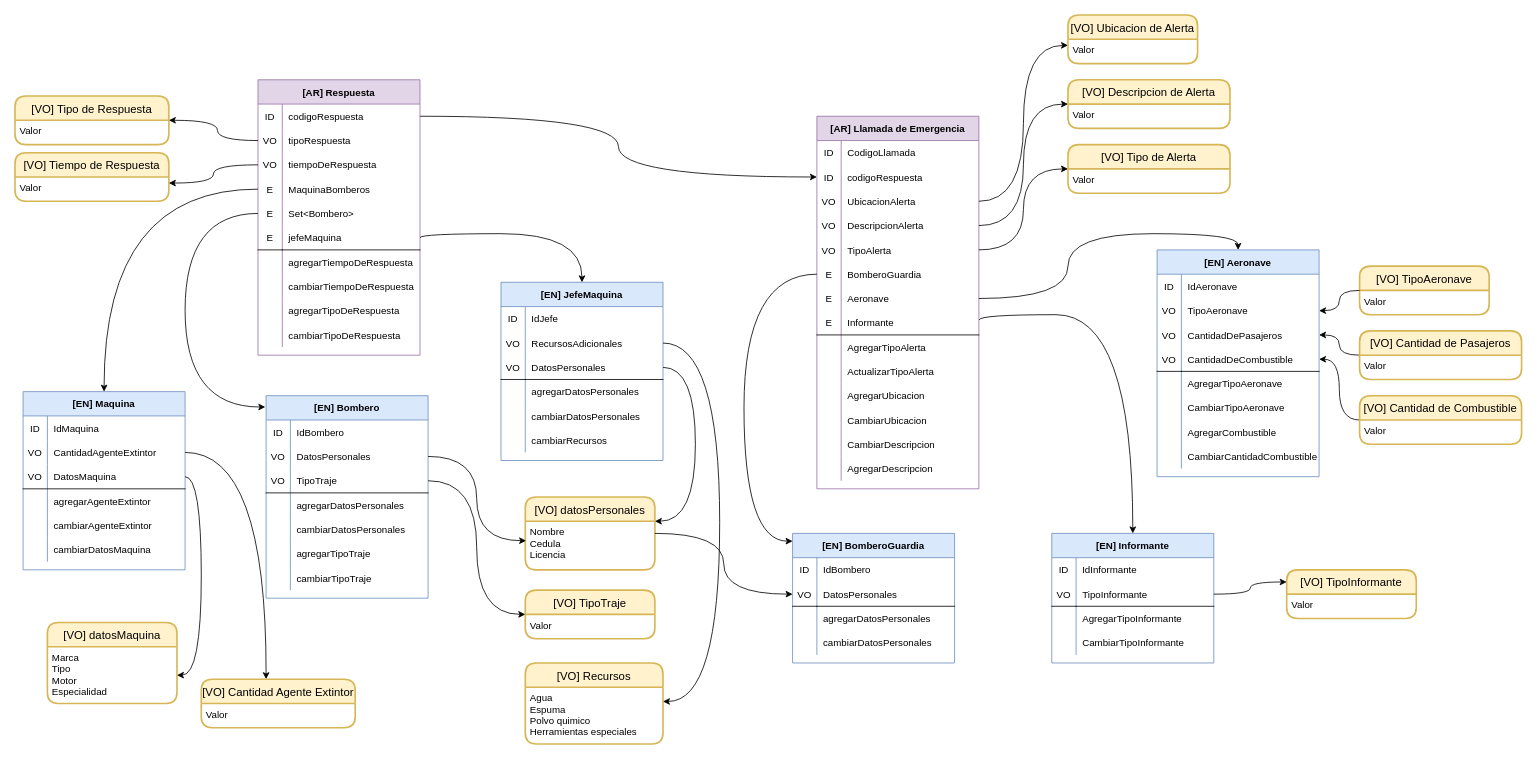
maxdarkx/Desafio_ModeloDominio_RespuestaEmergencia keeps this draw.io diagram as page "domain_model" (3 of 3) of Modelo de Dominio/modelo.drawio. Above is the earlier version. Source tidied: cells renumbered, new cells numbered last; positions are measured from the earlier drawing's top-left corner, leaving out a move shared by most shapes. Both pictures are drawn from the tidied source at 81%, with x=0, y=0 at pixel (15, 15).
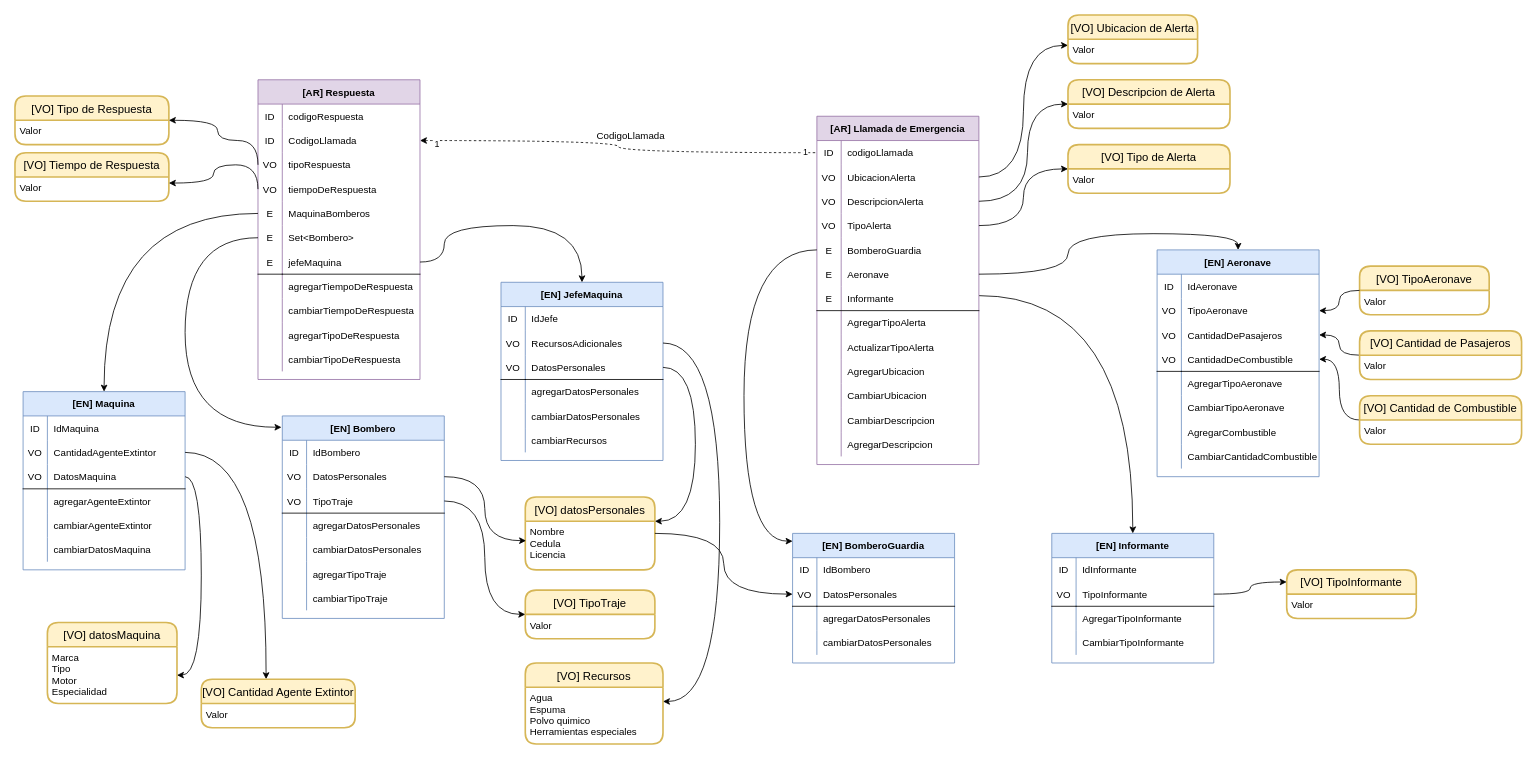
The same diagram, later.

Commit message:
se actualiza el modelo del dominio acorde a los apuntes del coach. Falta agregar el diagrama con los eventos de dominio pero se procedera inicialmente con la codificacion del problema

Unchanged cells that the change refers to:
```xml
<mxCell id="4" style="shape=partialRectangle;fillColor=none;top=0;left=0;bottom=0;right=0;points=[[0,0.5],[1,0.5]];portConstraint=eastwest;fontStyle=5;" parent="3" vertex="1">
  <mxGeometry y="30" width="200" height="30" as="geometry" />
</mxCell>
<mxCell id="118" value="[EN] JefeMaquina" style="shape=table;startSize=30;childLayout=tableLayout;rowLines=0;fontStyle=1;align=center;fillColor=#dae8fc;strokeColor=#6c8ebf;" parent="1" vertex="1">
  <mxGeometry x="600" y="330" width="200" height="220" as="geometry" />
</mxCell>
<mxCell id="137" value="[EN] BomberoGuardia" style="shape=table;startSize=30;childLayout=tableLayout;rowLines=0;fontStyle=1;align=center;fillColor=#dae8fc;strokeColor=#6c8ebf;" parent="1" vertex="1">
  <mxGeometry x="960" y="640" width="200" height="160" as="geometry" />
</mxCell>
<mxCell id="158" value="[EN] Informante" style="shape=table;startSize=30;childLayout=tableLayout;rowLines=0;fontStyle=1;align=center;fillColor=#dae8fc;strokeColor=#6c8ebf;" parent="1" vertex="1">
  <mxGeometry x="1280" y="640" width="200" height="160" as="geometry" />
</mxCell>
<mxCell id="231" value="[VO] Descripcion de Alerta" style="swimlane;horizontal=1;startSize=30;rounded=1;fontSize=14;fontStyle=0;strokeWidth=2;shadow=0;dashed=0;align=center;fillColor=#fff2cc;strokeColor=#d6b656;" parent="1" vertex="1">
  <mxGeometry x="1300" y="80" width="200" height="60" as="geometry" />
</mxCell>
```

The edit, as a diff of the source:
```diff
@@
-    <mxCell id="2" style="edgeStyle=orthogonalEdgeStyle;curved=1;rounded=0;jettySize=auto;html=1;entryX=0;entryY=0.5;entryDx=0;entryDy=0;startArrow=none;startFill=0;endArrow=classic;endFill=1;exitX=1;exitY=0.5;exitDx=0;exitDy=0;" parent="1" edge="1" source="4" target="38">
-      <mxGeometry relative="1" as="geometry" />
+    <mxCell id="2" style="edgeStyle=orthogonalEdgeStyle;curved=1;rounded=0;jettySize=auto;html=1;entryX=0;entryY=0.5;entryDx=0;entryDy=0;startArrow=classic;startFill=1;endArrow=none;endFill=0;exitX=1;exitY=0.5;exitDx=0;exitDy=0;dashed=1;" parent="1" edge="1" source="35" target="38">
+      <mxGeometry relative="1" as="geometry">
+        <Array as="points">
+          <mxPoint x="745" y="155" />
+          <mxPoint x="745" y="170" />
+        </Array>
+      </mxGeometry>
     </mxCell>
+    <mxCell id="238" value="1" style="edgeLabel;html=1;align=center;verticalAlign=middle;" parent="2" vertex="1">
+      <mxGeometry x="0.94" y="2" relative="1" as="geometry" />
+    </mxCell>
+    <mxCell id="239" value="1" style="edgeLabel;html=1;align=center;verticalAlign=middle;" parent="2" vertex="1">
+      <mxGeometry x="-0.92" y="-3" relative="1" as="geometry" />
+    </mxCell>
     <mxCell id="3" value="[AR] Respuesta" style="shape=table;startSize=30;childLayout=tableLayout;rowLines=0;fontStyle=1;align=center;fillColor=#e1d5e7;strokeColor=#9673a6;" parent="1" vertex="1">
-      <mxGeometry x="300" y="80" width="200" height="340" as="geometry" />
+      <mxGeometry x="300" y="80" width="200" height="370" as="geometry" />
     </mxCell>
@@
+    <mxCell id="35" style="shape=partialRectangle;fillColor=none;top=0;left=0;bottom=0;right=0;points=[[0,0.5],[1,0.5]];portConstraint=eastwest;fontStyle=5;" parent="3" vertex="1">
+      <mxGeometry y="60" width="200" height="30" as="geometry" />
+    </mxCell>
+    <mxCell id="36" value="ID" style="shape=partialRectangle;fillColor=none;top=0;left=0;bottom=0;right=0;fontStyle=0;overflow=hidden;" parent="35" vertex="1">
+      <mxGeometry width="30" height="30" as="geometry" />
+    </mxCell>
+    <mxCell id="37" value="CodigoLlamada" style="shape=partialRectangle;fillColor=none;top=0;left=0;bottom=0;right=0;align=left;spacingLeft=6;fontStyle=0;overflow=hidden;" parent="35" vertex="1">
+      <mxGeometry x="30" width="170" height="30" as="geometry" />
+    </mxCell>
     <mxCell id="7" style="shape=partialRectangle;fillColor=none;top=0;left=0;bottom=0;right=0;points=[[0,0.5],[1,0.5]];portConstraint=eastwest;" parent="3" vertex="1">
-      <mxGeometry y="60" width="200" height="30" as="geometry" />
+      <mxGeometry y="90" width="200" height="30" as="geometry" />
     </mxCell>
@@
     <mxCell id="10" style="shape=partialRectangle;fillColor=none;top=0;left=0;bottom=0;right=0;points=[[0,0.5],[1,0.5]];portConstraint=eastwest;" parent="3" vertex="1">
-      <mxGeometry y="90" width="200" height="30" as="geometry" />
+      <mxGeometry y="120" width="200" height="30" as="geometry" />
     </mxCell>
@@
     <mxCell id="13" style="shape=partialRectangle;fillColor=none;top=0;left=0;bottom=0;right=0;points=[[0,0.5],[1,0.5]];portConstraint=eastwest;" parent="3" vertex="1">
-      <mxGeometry y="120" width="200" height="30" as="geometry" />
+      <mxGeometry y="150" width="200" height="30" as="geometry" />
     </mxCell>
@@
     <mxCell id="16" style="shape=partialRectangle;fillColor=none;top=0;left=0;bottom=0;right=0;points=[[0,0.5],[1,0.5]];portConstraint=eastwest;" parent="3" vertex="1">
-      <mxGeometry y="150" width="200" height="30" as="geometry" />
+      <mxGeometry y="180" width="200" height="30" as="geometry" />
     </mxCell>
@@
     <mxCell id="19" style="shape=partialRectangle;fillColor=none;top=0;left=0;bottom=0;right=0;points=[[0,0.5],[1,0.5]];portConstraint=eastwest;" parent="3" vertex="1">
-      <mxGeometry y="180" width="200" height="30" as="geometry" />
+      <mxGeometry y="210" width="200" height="30" as="geometry" />
     </mxCell>
@@
     <mxCell id="22" style="shape=partialRectangle;fillColor=none;top=0;left=0;bottom=0;right=0;" parent="3" vertex="1">
-      <mxGeometry y="210" width="200" height="30" as="geometry" />
+      <mxGeometry y="240" width="200" height="30" as="geometry" />
     </mxCell>
@@
     <mxCell id="25" style="shape=partialRectangle;fillColor=none;top=0;left=0;bottom=0;right=0;" parent="3" vertex="1">
-      <mxGeometry y="240" width="200" height="30" as="geometry" />
+      <mxGeometry y="270" width="200" height="30" as="geometry" />
     </mxCell>
@@
     <mxCell id="28" style="shape=partialRectangle;fillColor=none;top=0;left=0;bottom=0;right=0;" parent="3" vertex="1">
-      <mxGeometry y="270" width="200" height="30" as="geometry" />
+      <mxGeometry y="300" width="200" height="30" as="geometry" />
     </mxCell>
@@
     <mxCell id="31" style="shape=partialRectangle;fillColor=none;top=0;left=0;bottom=0;right=0;" parent="3" vertex="1">
-      <mxGeometry y="300" width="200" height="30" as="geometry" />
+      <mxGeometry y="330" width="200" height="30" as="geometry" />
     </mxCell>
@@
     <mxCell id="34" value="[AR] Llamada de Emergencia" style="shape=table;startSize=30;childLayout=tableLayout;rowLines=0;fontStyle=1;align=center;fillColor=#e1d5e7;strokeColor=#9673a6;" parent="1" vertex="1">
-      <mxGeometry x="990" y="125" width="200" height="460" as="geometry" />
+      <mxGeometry x="990" y="125" width="200" height="430" as="geometry" />
     </mxCell>
-    <mxCell id="35" style="shape=partialRectangle;fillColor=none;top=0;left=0;bottom=0;right=0;points=[[0,0.5],[1,0.5]];portConstraint=eastwest;fontStyle=5;" parent="34" vertex="1">
-      <mxGeometry y="30" width="200" height="30" as="geometry" />
-    </mxCell>
-    <mxCell id="36" value="ID" style="shape=partialRectangle;fillColor=none;top=0;left=0;bottom=0;right=0;fontStyle=0;overflow=hidden;" parent="35" vertex="1">
-      <mxGeometry width="30" height="30" as="geometry" />
-    </mxCell>
-    <mxCell id="37" value="CodigoLlamada" style="shape=partialRectangle;fillColor=none;top=0;left=0;bottom=0;right=0;align=left;spacingLeft=6;fontStyle=0;overflow=hidden;" parent="35" vertex="1">
-      <mxGeometry x="30" width="170" height="30" as="geometry" />
-    </mxCell>
     <mxCell id="38" style="shape=partialRectangle;fillColor=none;top=0;left=0;bottom=0;right=0;points=[[0,0.5],[1,0.5]];portConstraint=eastwest;dashed=1;" parent="34" vertex="1">
-      <mxGeometry y="60" width="200" height="30" as="geometry" />
+      <mxGeometry y="30" width="200" height="30" as="geometry" />
     </mxCell>
@@
-    <mxCell id="40" value="codigoRespuesta" style="shape=partialRectangle;fillColor=none;top=0;left=0;bottom=0;right=0;align=left;spacingLeft=6;overflow=hidden;" parent="38" vertex="1">
+    <mxCell id="40" value="codigoLlamada" style="shape=partialRectangle;fillColor=none;top=0;left=0;bottom=0;right=0;align=left;spacingLeft=6;overflow=hidden;" parent="38" vertex="1">
       <mxGeometry x="30" width="170" height="30" as="geometry" />
     </mxCell>
     <mxCell id="41" style="shape=partialRectangle;fillColor=none;top=0;left=0;bottom=0;right=0;points=[[0,0.5],[1,0.5]];portConstraint=eastwest;" parent="34" vertex="1">
-      <mxGeometry y="90" width="200" height="30" as="geometry" />
+      <mxGeometry y="60" width="200" height="30" as="geometry" />
     </mxCell>
@@
     <mxCell id="44" style="shape=partialRectangle;fillColor=none;top=0;left=0;bottom=0;right=0;points=[[0,0.5],[1,0.5]];portConstraint=eastwest;" parent="34" vertex="1">
-      <mxGeometry y="120" width="200" height="30" as="geometry" />
+      <mxGeometry y="90" width="200" height="30" as="geometry" />
     </mxCell>
@@
     <mxCell id="47" style="shape=partialRectangle;fillColor=none;top=0;left=0;bottom=0;right=0;points=[[0,0.5],[1,0.5]];portConstraint=eastwest;" parent="34" vertex="1">
-      <mxGeometry y="150" width="200" height="30" as="geometry" />
+      <mxGeometry y="120" width="200" height="30" as="geometry" />
     </mxCell>
@@
     <mxCell id="50" style="shape=partialRectangle;fillColor=none;top=0;left=0;bottom=0;right=0;points=[[0,0.5],[1,0.5]];portConstraint=eastwest;" parent="34" vertex="1">
-      <mxGeometry y="180" width="200" height="30" as="geometry" />
+      <mxGeometry y="150" width="200" height="30" as="geometry" />
     </mxCell>
@@
     <mxCell id="53" style="shape=partialRectangle;fillColor=none;top=0;left=0;bottom=0;right=0;points=[[0,0.5],[1,0.5]];portConstraint=eastwest;" parent="34" vertex="1">
-      <mxGeometry y="210" width="200" height="30" as="geometry" />
+      <mxGeometry y="180" width="200" height="30" as="geometry" />
     </mxCell>
@@
     <mxCell id="56" style="shape=partialRectangle;fillColor=none;top=0;left=0;bottom=1;right=0;points=[[0,0.5],[1,0.5]];portConstraint=eastwest;" parent="34" vertex="1">
-      <mxGeometry y="240" width="200" height="30" as="geometry" />
+      <mxGeometry y="210" width="200" height="30" as="geometry" />
     </mxCell>
@@
     <mxCell id="59" style="shape=partialRectangle;fillColor=none;top=0;left=0;bottom=0;right=0;" parent="34" vertex="1">
-      <mxGeometry y="270" width="200" height="30" as="geometry" />
+      <mxGeometry y="240" width="200" height="30" as="geometry" />
     </mxCell>
@@
     <mxCell id="62" style="shape=partialRectangle;fillColor=none;top=0;left=0;bottom=0;right=0;" parent="34" vertex="1">
-      <mxGeometry y="300" width="200" height="30" as="geometry" />
+      <mxGeometry y="270" width="200" height="30" as="geometry" />
     </mxCell>
@@
     <mxCell id="65" style="shape=partialRectangle;fillColor=none;top=0;left=0;bottom=0;right=0;" parent="34" vertex="1">
-      <mxGeometry y="330" width="200" height="30" as="geometry" />
+      <mxGeometry y="300" width="200" height="30" as="geometry" />
     </mxCell>
@@
     <mxCell id="68" style="shape=partialRectangle;fillColor=none;top=0;left=0;bottom=0;right=0;" parent="34" vertex="1">
-      <mxGeometry y="360" width="200" height="30" as="geometry" />
+      <mxGeometry y="330" width="200" height="30" as="geometry" />
     </mxCell>
@@
     <mxCell id="71" style="shape=partialRectangle;fillColor=none;top=0;left=0;bottom=0;right=0;dashed=1;" parent="34" vertex="1">
-      <mxGeometry y="390" width="200" height="30" as="geometry" />
+      <mxGeometry y="360" width="200" height="30" as="geometry" />
     </mxCell>
@@
     <mxCell id="74" style="shape=partialRectangle;fillColor=none;top=0;left=0;bottom=0;right=0;" parent="34" vertex="1">
-      <mxGeometry y="420" width="200" height="30" as="geometry" />
+      <mxGeometry y="390" width="200" height="30" as="geometry" />
     </mxCell>
@@
     <mxCell id="96" value="[EN] Bombero" style="shape=table;startSize=30;childLayout=tableLayout;rowLines=0;fontStyle=1;align=center;fillColor=#dae8fc;strokeColor=#6c8ebf;" parent="1" vertex="1">
-      <mxGeometry x="310" y="470" width="200" height="250" as="geometry" />
+      <mxGeometry x="330" y="495" width="200" height="250" as="geometry" />
     </mxCell>
@@
     <mxCell id="154" style="edgeStyle=orthogonalEdgeStyle;curved=1;rounded=0;jettySize=auto;html=1;exitX=0;exitY=0.5;exitDx=0;exitDy=0;entryX=-0.005;entryY=0.056;entryDx=0;entryDy=0;entryPerimeter=0;startArrow=none;startFill=0;endArrow=classic;endFill=1;" parent="1" edge="1" source="16" target="96">
       <mxGeometry relative="1" as="geometry">
         <Array as="points">
-          <mxPoint x="210" y="245" />
-          <mxPoint x="210" y="484" />
+          <mxPoint x="210" y="275" />
+          <mxPoint x="210" y="509" />
         </Array>
       </mxGeometry>
     </mxCell>
@@
     <mxCell id="156" style="edgeStyle=orthogonalEdgeStyle;curved=1;rounded=0;jettySize=auto;html=1;exitX=0;exitY=0.5;exitDx=0;exitDy=0;entryX=0;entryY=0.06;entryDx=0;entryDy=0;entryPerimeter=0;startArrow=none;startFill=0;endArrow=classic;endFill=1;" parent="1" edge="1" source="50" target="137">
       <mxGeometry relative="1" as="geometry">
         <Array as="points">
-          <mxPoint x="900" y="320" />
+          <mxPoint x="900" y="290" />
           <mxPoint x="900" y="650" />
         </Array>
       </mxGeometry>
     </mxCell>
     <mxCell id="157" style="edgeStyle=orthogonalEdgeStyle;curved=1;rounded=0;jettySize=auto;html=1;exitX=1;exitY=0.5;exitDx=0;exitDy=0;entryX=0.5;entryY=0;entryDx=0;entryDy=0;startArrow=none;startFill=0;endArrow=classic;endFill=1;" parent="1" edge="1" source="19" target="118">
       <mxGeometry relative="1" as="geometry">
         <Array as="points">
-          <mxPoint x="500" y="270" />
-          <mxPoint x="700" y="270" />
+          <mxPoint x="530" y="305" />
+          <mxPoint x="530" y="260" />
+          <mxPoint x="700" y="260" />
         </Array>
       </mxGeometry>
     </mxCell>
@@
     <mxCell id="196" style="edgeStyle=orthogonalEdgeStyle;curved=1;rounded=0;jettySize=auto;html=1;exitX=1.002;exitY=0.383;exitDx=0;exitDy=0;entryX=0.5;entryY=0;entryDx=0;entryDy=0;startArrow=none;startFill=0;endArrow=classic;endFill=1;exitPerimeter=0;" parent="1" edge="1" source="56" target="158">
       <mxGeometry relative="1" as="geometry">
         <Array as="points">
-          <mxPoint x="1190" y="370" />
-          <mxPoint x="1380" y="370" />
+          <mxPoint x="1380" y="347" />
         </Array>
       </mxGeometry>
     </mxCell>
@@
     <mxCell id="236" style="edgeStyle=orthogonalEdgeStyle;curved=1;rounded=0;jettySize=auto;html=1;exitX=1;exitY=0.5;exitDx=0;exitDy=0;entryX=0;entryY=0.5;entryDx=0;entryDy=0;startArrow=none;startFill=0;endArrow=classic;endFill=1;" parent="1" edge="1" source="44" target="231">
-      <mxGeometry relative="1" as="geometry" />
+      <mxGeometry relative="1" as="geometry">
+        <Array as="points">
+          <mxPoint x="1250" y="230" />
+          <mxPoint x="1250" y="110" />
+        </Array>
+      </mxGeometry>
     </mxCell>
@@
+    <mxCell id="240" value="CodigoLlamada" style="text;html=1;align=center;verticalAlign=middle;strokeColor=none;fillColor=none;" parent="1" vertex="1">
+      <mxGeometry x="710" y="140" width="100" height="20" as="geometry" />
+    </mxCell>
```
